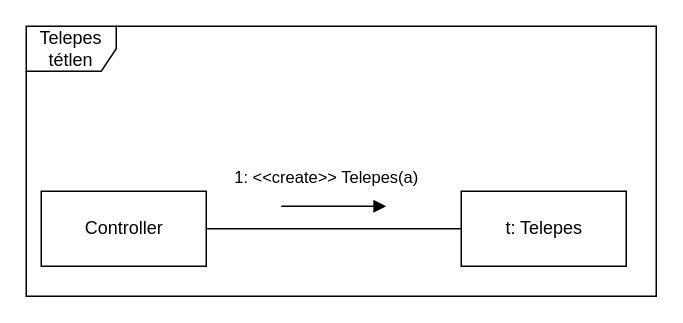
This is doc/kommunikacio/kom_TelepesTetlen.drawio from torpeBoiGo/aszteroidabanyaszat, a draw.io file, before an edit. Source tidied: cells renumbered, new cells numbered last; positions are measured from the earlier drawing's top-left corner, leaving out a move shared by most shapes. Both pictures are drawn from the tidied source at 150%, with x=0, y=0 at pixel (26, 26).
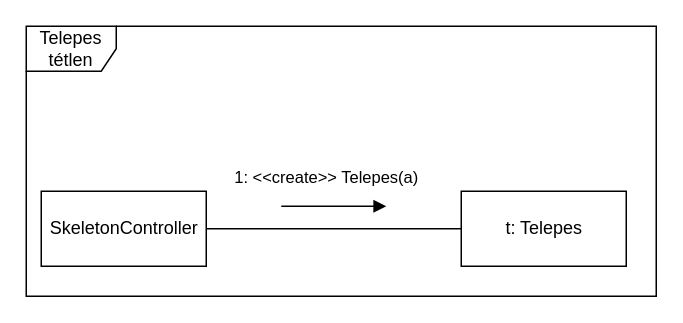
The same page after the edit.

Change to the diagram source:
```diff
@@
 <mxGraphModel>
   <root>
     <mxCell id="0" />
     <mxCell id="1" parent="0" />
     <mxCell id="2" value="Telepes tétlen" style="shape=umlFrame;whiteSpace=wrap;html=1;" parent="1" vertex="1">
       <mxGeometry width="420" height="180" as="geometry" />
     </mxCell>
-    <mxCell id="3" value="Controller" style="html=1;" parent="1" vertex="1">
+    <mxCell id="3" value="SkeletonController" style="html=1;" parent="1" vertex="1">
       <mxGeometry x="10" y="110" width="110" height="50" as="geometry" />
     </mxCell>
     <mxCell id="4" value="t: Telepes" style="html=1;" parent="1" vertex="1">
       <mxGeometry x="290" y="110" width="110" height="50" as="geometry" />
     </mxCell>
     <mxCell id="5" style="html=1;verticalAlign=bottom;endArrow=none;endFill=0;" parent="1" edge="1" source="3" target="4">
       <mxGeometry relative="1" as="geometry" />
     </mxCell>
     <mxCell id="6" value="1: &amp;lt;&amp;lt;create&amp;gt;&amp;gt; Telepes(a)" style="html=1;verticalAlign=bottom;endArrow=block;" parent="1" edge="1">
       <mxGeometry x="-0.14" y="10" relative="1" as="geometry">
         <mxPoint x="170" y="120" as="sourcePoint" />
         <mxPoint x="240" y="120" as="targetPoint" />
       </mxGeometry>
     </mxCell>
   </root>
 </mxGraphModel>
```
